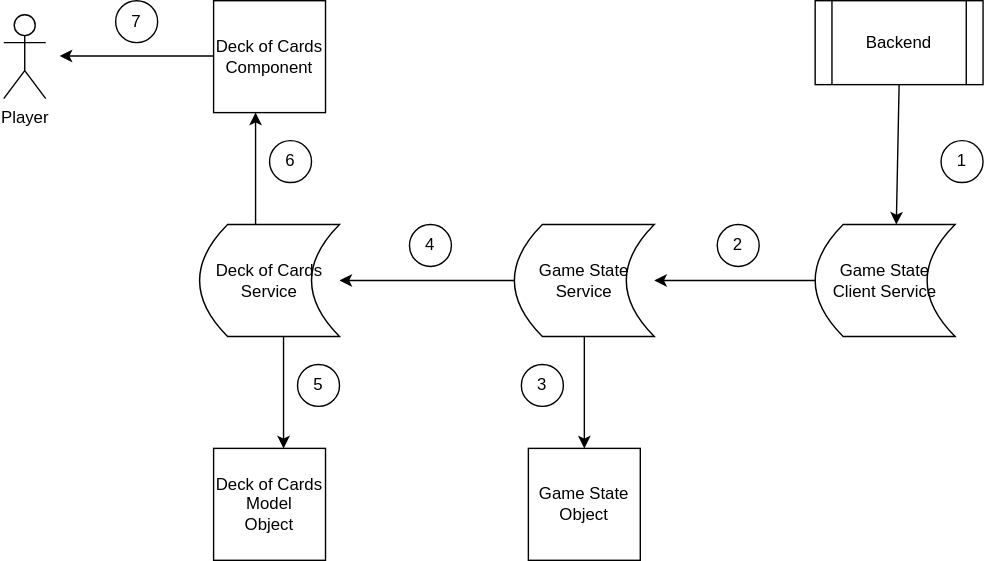
The draw.io diagram docs/img/game-state-detailed-flow-receive.drawio.svg in nimbusscale/dominant-species, before a commit. Source tidied: cells renumbered, new cells last; positions are measured from the earlier drawing's top-left corner, leaving out a move shared by most shapes.
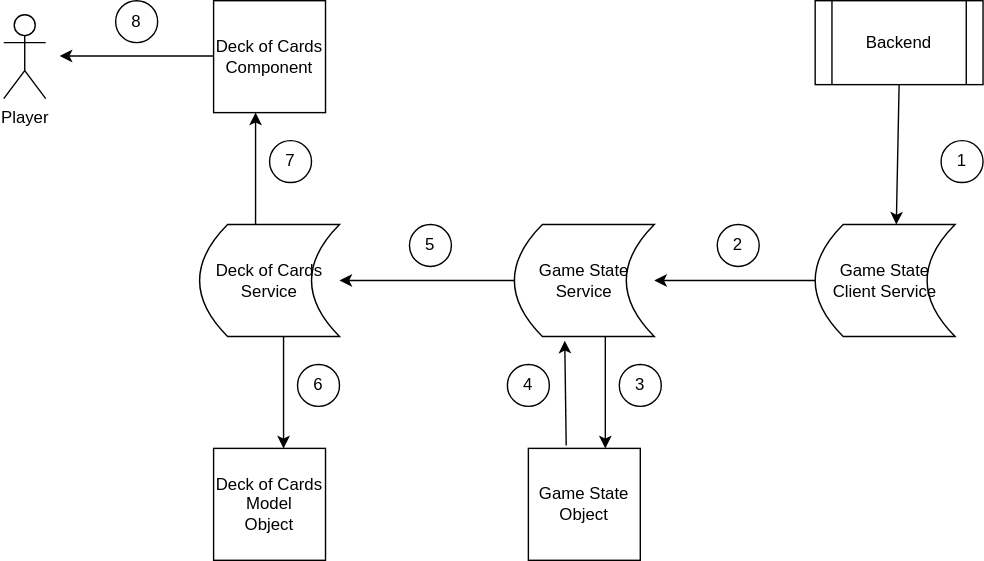
Above is the later version.

What changed in the source:
```diff
@@ -30,7 +30,7 @@
       <mxGeometry x="670" y="100" width="30" height="30" as="geometry" />
     </mxCell>
     <mxCell id="11" value="3" style="ellipse;whiteSpace=wrap;html=1;" parent="1" vertex="1">
-      <mxGeometry x="370" y="260" width="30" height="30" as="geometry" />
+      <mxGeometry x="440" y="260" width="30" height="30" as="geometry" />
     </mxCell>
     <mxCell id="12" style="endArrow=classic;startArrow=none;html=1;rounded=0;startFill=0;exitX=0.5;exitY=1;exitDx=0;exitDy=0;" parent="1" edge="1">
       <mxGeometry relative="1" as="geometry">
@@ -41,8 +41,11 @@
     <mxCell id="13" style="endArrow=none;startArrow=classic;html=1;rounded=0;startFill=1;entryX=0;entryY=0.5;entryDx=0;entryDy=0;exitX=1;exitY=0.5;exitDx=0;exitDy=0;endFill=0;" parent="1" edge="1" source="8" target="4">
       <mxGeometry relative="1" as="geometry" />
     </mxCell>
-    <mxCell id="14" style="endArrow=classic;startArrow=none;html=1;rounded=0;startFill=0;entryX=0.5;entryY=0;entryDx=0;entryDy=0;exitX=0.5;exitY=1;exitDx=0;exitDy=0;" parent="1" edge="1" source="4" target="3">
-      <mxGeometry relative="1" as="geometry" />
+    <mxCell id="14" style="endArrow=classic;startArrow=none;html=1;rounded=0;startFill=0;entryX=0.5;entryY=0;entryDx=0;entryDy=0;exitX=0.5;exitY=1;exitDx=0;exitDy=0;" parent="1" edge="1">
+      <mxGeometry relative="1" as="geometry">
+        <mxPoint x="430" y="240" as="sourcePoint" />
+        <mxPoint x="430" y="320" as="targetPoint" />
+      </mxGeometry>
     </mxCell>
     <mxCell id="15" style="endArrow=none;startArrow=classic;html=1;rounded=0;startFill=1;entryX=0;entryY=0.5;entryDx=0;entryDy=0;exitX=1;exitY=0.5;exitDx=0;exitDy=0;endFill=0;" parent="1" edge="1" source="4" target="5">
       <mxGeometry relative="1" as="geometry" />
@@ -51,7 +54,7 @@
       <mxGeometry relative="1" as="geometry" />
     </mxCell>
     <mxCell id="17" value="4" style="ellipse;whiteSpace=wrap;html=1;" parent="1" vertex="1">
-      <mxGeometry x="290" y="160" width="30" height="30" as="geometry" />
+      <mxGeometry x="360" y="260" width="30" height="30" as="geometry" />
     </mxCell>
     <mxCell id="18" value="2" style="ellipse;whiteSpace=wrap;html=1;" parent="1" vertex="1">
       <mxGeometry x="510" y="160" width="30" height="30" as="geometry" />
@@ -63,10 +66,10 @@
       </mxGeometry>
     </mxCell>
     <mxCell id="20" value="5" style="ellipse;whiteSpace=wrap;html=1;" parent="1" vertex="1">
-      <mxGeometry x="210" y="260" width="30" height="30" as="geometry" />
+      <mxGeometry x="290" y="160" width="30" height="30" as="geometry" />
     </mxCell>
     <mxCell id="21" value="6" style="ellipse;whiteSpace=wrap;html=1;" parent="1" vertex="1">
-      <mxGeometry x="190" y="100" width="30" height="30" as="geometry" />
+      <mxGeometry x="210" y="260" width="30" height="30" as="geometry" />
     </mxCell>
     <mxCell id="22" style="endArrow=classic;startArrow=none;html=1;rounded=0;startFill=0;exitX=0;exitY=0.75;exitDx=0;exitDy=0;" parent="1" edge="1">
       <mxGeometry relative="1" as="geometry">
@@ -75,7 +78,13 @@
       </mxGeometry>
     </mxCell>
     <mxCell id="23" value="7" style="ellipse;whiteSpace=wrap;html=1;" parent="1" vertex="1">
-      <mxGeometry x="80" width="30" height="30" as="geometry" />
+      <mxGeometry x="190" y="100" width="30" height="30" as="geometry" />
     </mxCell>
+    <mxCell id="24" style="endArrow=classic;startArrow=none;html=1;rounded=0;startFill=0;entryX=0.36;entryY=1.038;entryDx=0;entryDy=0;exitX=0.338;exitY=-0.025;exitDx=0;exitDy=0;exitPerimeter=0;entryPerimeter=0;" parent="1" edge="1" source="3" target="4">
+      <mxGeometry relative="1" as="geometry" />
+    </mxCell>
+    <mxCell id="25" value="8" style="ellipse;whiteSpace=wrap;html=1;" parent="1" vertex="1">
+      <mxGeometry x="80" width="30" height="30" as="geometry" />
+    </mxCell>
   </root>
 </mxGraphModel>
```
